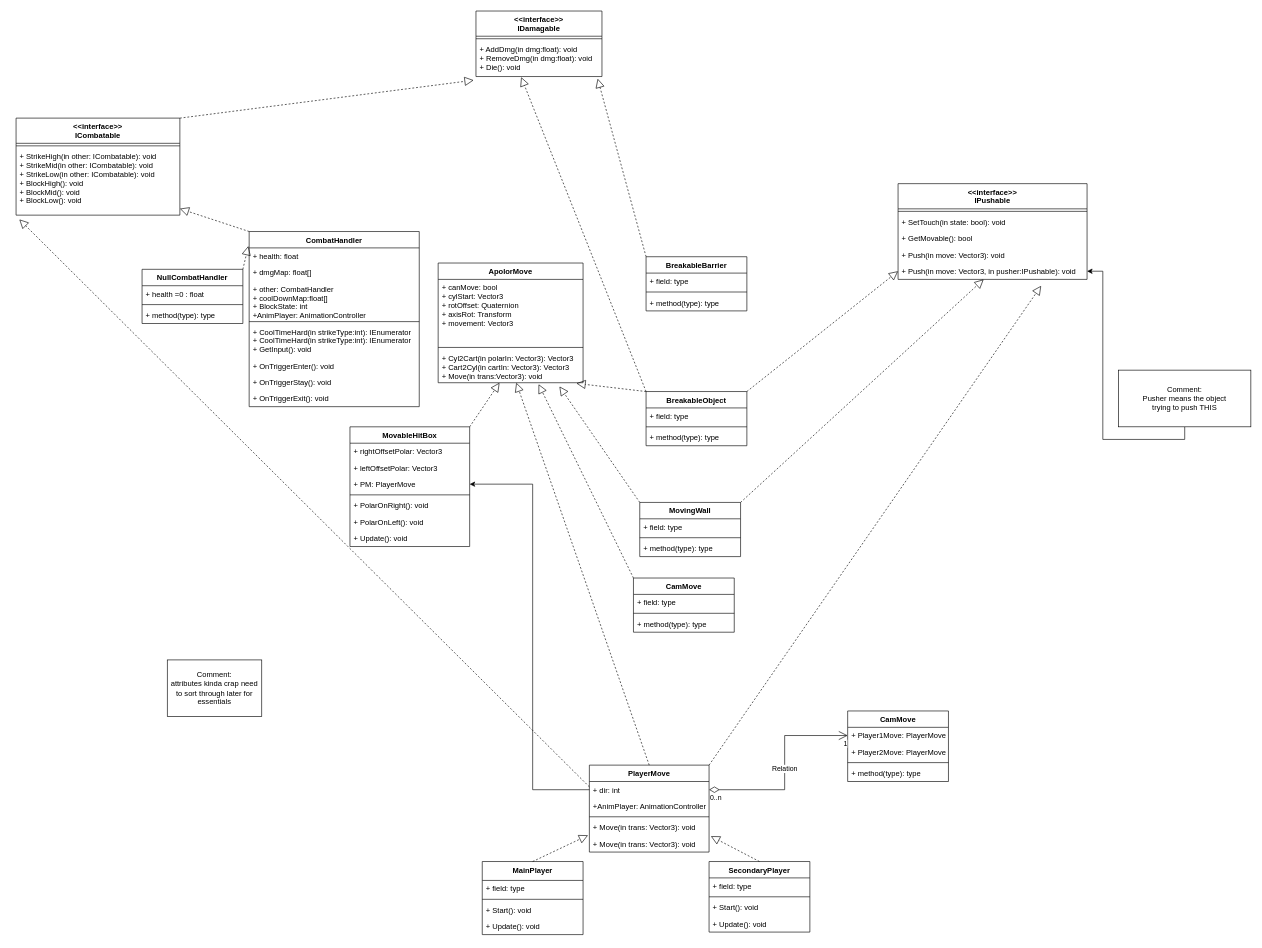
Above: page "Page-2" (2 of 2) of combat_uml.drawio in birdboiboi/MechaMaria (draw.io), before the change. Source tidied: cells renumbered, new cells numbered last; positions are measured from the earlier drawing's top-left corner, leaving out a move shared by most shapes. Both pictures are drawn from the tidied source at 63%, with x=0, y=0 at pixel (16, 11).
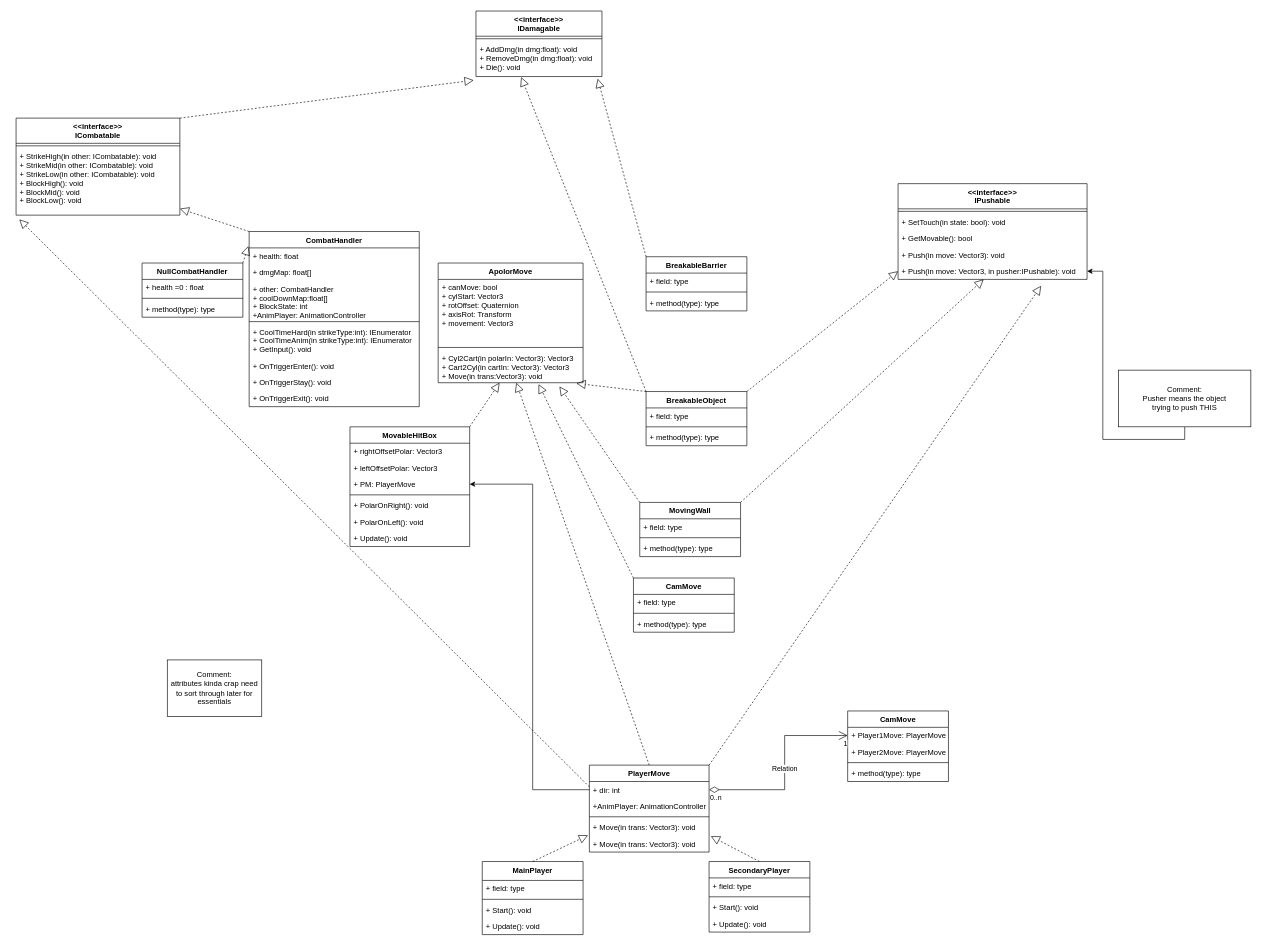
After the change.

Commit message (it also covers changes not shown here):
reworked combat handler

The change refers to these unchanged cells:
```xml
<mxCell id="77" value="CombatHandler" style="swimlane;fontStyle=1;align=center;verticalAlign=top;horizontal=1;startSize=26;" parent="1" vertex="1">
  <mxGeometry x="370" y="350" width="270" height="278" as="geometry" />
</mxCell>
```

Change to the diagram source:
```diff
@@
-    <mxCell id="82" value="+ CoolTimeHard(in strikeType:int): IEnumerator&#10;+ CoolTimeHard(in strikeType:int): IEnumerator&#10;+ GetInput(): void" style="text;strokeColor=none;fillColor=none;align=left;verticalAlign=top;spacingLeft=4;spacingRight=4;overflow=hidden;" parent="77" vertex="1">
+    <mxCell id="82" value="+ CoolTimeHard(in strikeType:int): IEnumerator&#10;+ CoolTimeAnim(in strikeType:int): IEnumerator&#10;+ GetInput(): void" style="text;strokeColor=none;fillColor=none;align=left;verticalAlign=top;spacingLeft=4;spacingRight=4;overflow=hidden;" parent="77" vertex="1">
       <mxGeometry y="146" width="270" height="54" as="geometry" />
     </mxCell>
@@
     <mxCell id="87" value="NullCombatHandler" style="swimlane;fontStyle=1;align=center;verticalAlign=top;horizontal=1;startSize=26;" parent="1" vertex="1">
-      <mxGeometry x="200" y="410" width="160" height="86" as="geometry" />
+      <mxGeometry x="200" y="400" width="160" height="86" as="geometry" />
     </mxCell>
```
